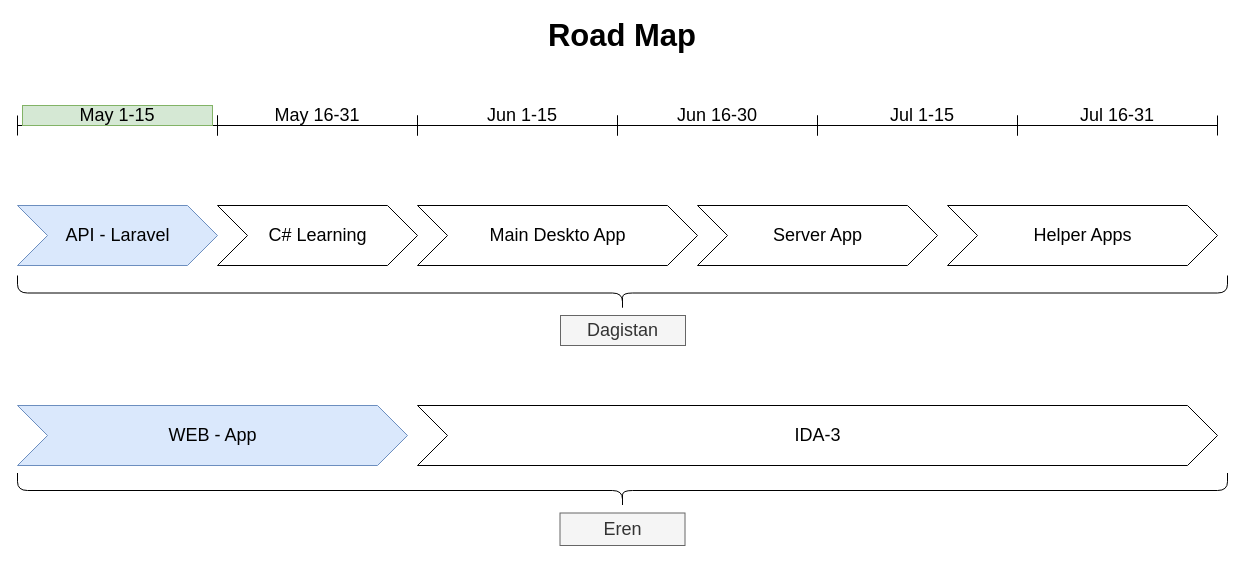
Before: page "roadmap" (1 of 5) of mrvtool.drawio in dagistan-tuncbilek/tasarimlar, a draw.io diagram. Source tidied: cells renumbered, new cells numbered last; positions are measured from the earlier drawing's top-left corner, leaving out a move shared by most shapes. Both pictures are drawn from the tidied source at 100%, with x=0, y=0 at pixel (17, -313).
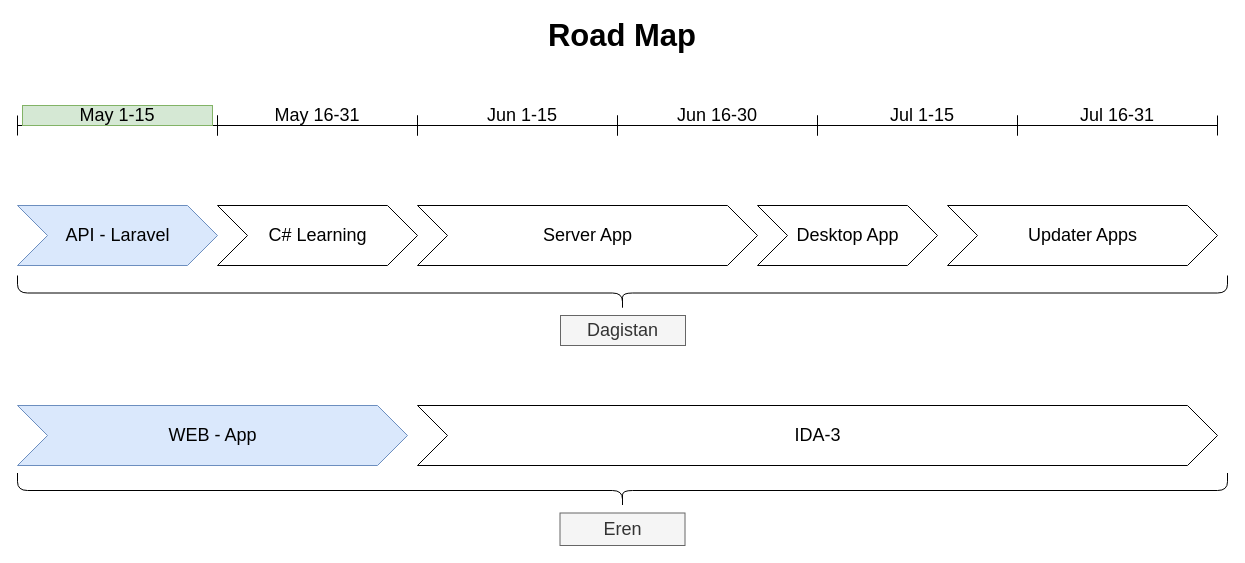
The same diagram, later.

What changed in the source:
```diff
@@
-    <mxCell id="11" value="Main Deskto App" style="html=1;shadow=0;dashed=0;align=center;verticalAlign=middle;shape=mxgraph.arrows2.arrow;dy=0;dx=30;notch=30;fontSize=18;" parent="1" vertex="1">
-      <mxGeometry x="400" y="518" width="280" height="60" as="geometry" />
+    <mxCell id="11" value="Server App" style="html=1;shadow=0;dashed=0;align=center;verticalAlign=middle;shape=mxgraph.arrows2.arrow;dy=0;dx=30;notch=30;fontSize=18;" parent="1" vertex="1">
+      <mxGeometry x="400" y="518" width="340" height="60" as="geometry" />
     </mxCell>
-    <mxCell id="12" value="Server App" style="html=1;shadow=0;dashed=0;align=center;verticalAlign=middle;shape=mxgraph.arrows2.arrow;dy=0;dx=30;notch=30;fontSize=18;" parent="1" vertex="1">
-      <mxGeometry x="680" y="518" width="240" height="60" as="geometry" />
+    <mxCell id="12" value="Desktop App" style="html=1;shadow=0;dashed=0;align=center;verticalAlign=middle;shape=mxgraph.arrows2.arrow;dy=0;dx=30;notch=30;fontSize=18;" parent="1" vertex="1">
+      <mxGeometry x="740" y="518" width="180" height="60" as="geometry" />
     </mxCell>
-    <mxCell id="13" value="Helper Apps" style="html=1;shadow=0;dashed=0;align=center;verticalAlign=middle;shape=mxgraph.arrows2.arrow;dy=0;dx=30;notch=30;fontSize=18;" parent="1" vertex="1">
+    <mxCell id="13" value="Updater Apps" style="html=1;shadow=0;dashed=0;align=center;verticalAlign=middle;shape=mxgraph.arrows2.arrow;dy=0;dx=30;notch=30;fontSize=18;" parent="1" vertex="1">
       <mxGeometry x="930" y="518" width="270" height="60" as="geometry" />
     </mxCell>
```
